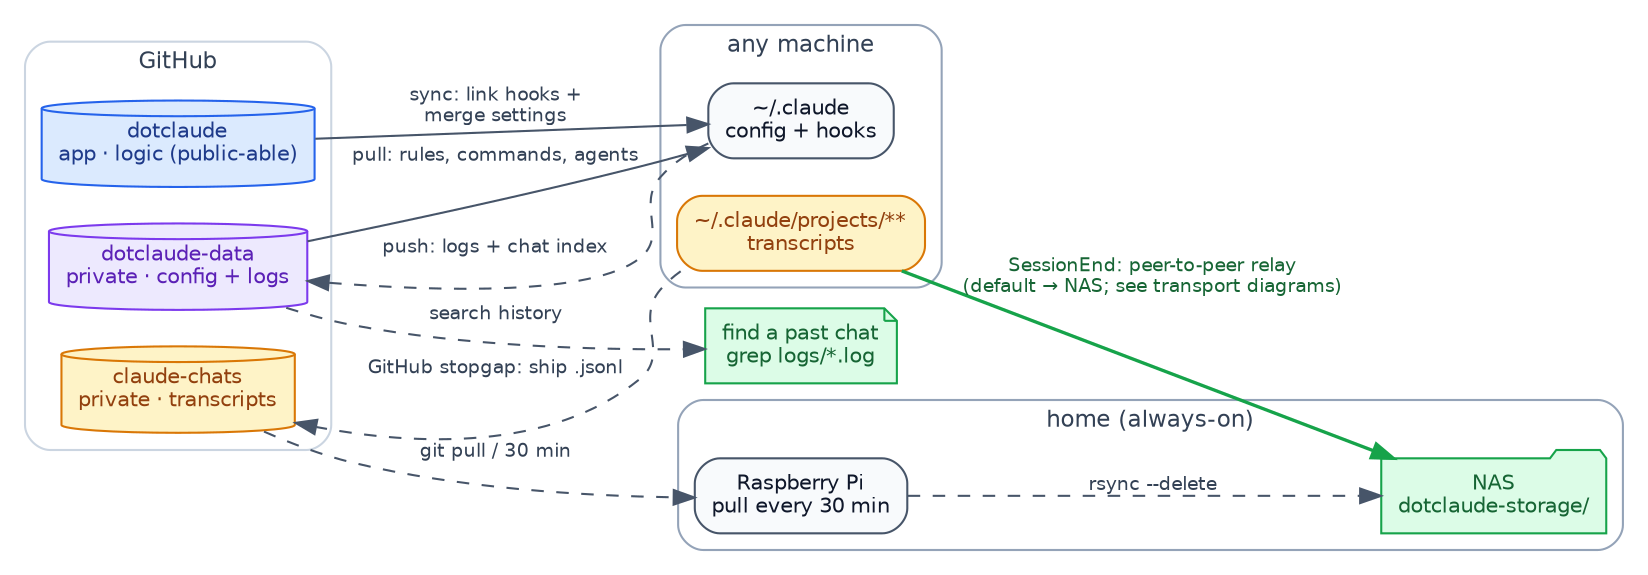
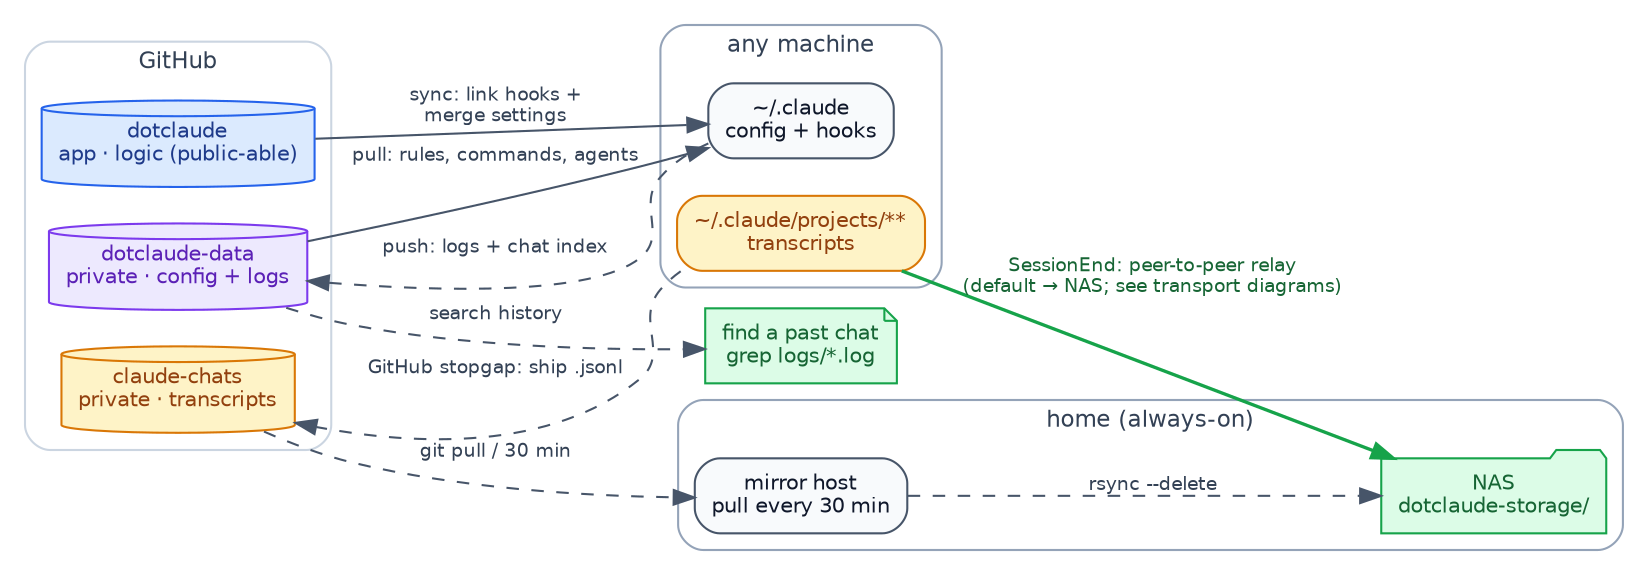
// Source for docs/overview.svg — render: dot -Tsvg docs/overview.dot -o docs/overview.svg
digraph dotclaude {
  rankdir=LR; bgcolor="white";
  fontname="Helvetica"; fontsize=11;
  node [fontname="Helvetica", fontsize=10, shape=box, style="rounded,filled",
        fillcolor="#f8fafc", color="#475569", fontcolor="#0f172a"];
  edge [fontname="Helvetica", fontsize=9, color="#475569", fontcolor="#334155"];

  subgraph cluster_gh {
    label="GitHub"; style="rounded"; color="#cbd5e1"; fontcolor="#334155"; fontsize=11;
    APP  [shape=cylinder, fillcolor="#dbeafe", color="#2563eb", fontcolor="#1e3a8a",
          label="dotclaude\napp · logic (public-able)"];
    DATA [shape=cylinder, fillcolor="#ede9fe", color="#7c3aed", fontcolor="#5b21b6",
          label="dotclaude-data\nprivate · config + logs"];
    CH   [shape=cylinder, fillcolor="#fef3c7", color="#d97706", fontcolor="#92400e",
          label="claude-chats\nprivate · transcripts"];
  }

  subgraph cluster_m {
    label="any machine"; style="rounded"; color="#94a3b8"; fontcolor="#334155"; fontsize=11;
    CFG [label="~/.claude\nconfig + hooks"];
    TX  [label="~/.claude/projects/**\ntranscripts",
         fillcolor="#fef3c7", color="#d97706", fontcolor="#92400e"];
  }

  subgraph cluster_home {
    label="home (always-on)"; style="rounded"; color="#94a3b8"; fontcolor="#334155"; fontsize=11;
-     PI  [label="Raspberry Pi\npull every 30 min"];
+     PI  [label="mirror host\npull every 30 min"];
    NAS [shape=folder, fillcolor="#dcfce7", color="#16a34a", fontcolor="#166534",
         label="NAS\ndotclaude-storage/"];
  }

  APP  -> CFG  [label="sync: link hooks +\nmerge settings"];
  DATA -> CFG  [label="pull: rules, commands, agents"];
  CFG  -> DATA [style=dashed, label="push: logs + chat index"];
  TX   -> NAS  [color="#16a34a", fontcolor="#166534", penwidth=1.6,
                label="SessionEnd: peer-to-peer relay\n(default → NAS; see transport diagrams)"];
  TX   -> CH   [style=dashed, label="GitHub stopgap: ship .jsonl"];
  CH   -> PI   [style=dashed, label="git pull / 30 min"];
  PI   -> NAS  [style=dashed, label="rsync --delete"];

  FIND [shape=note, fillcolor="#dcfce7", color="#16a34a", fontcolor="#166534",
        label="find a past chat\ngrep logs/*.log"];
  DATA -> FIND [style=dashed, label="search history"];
}
